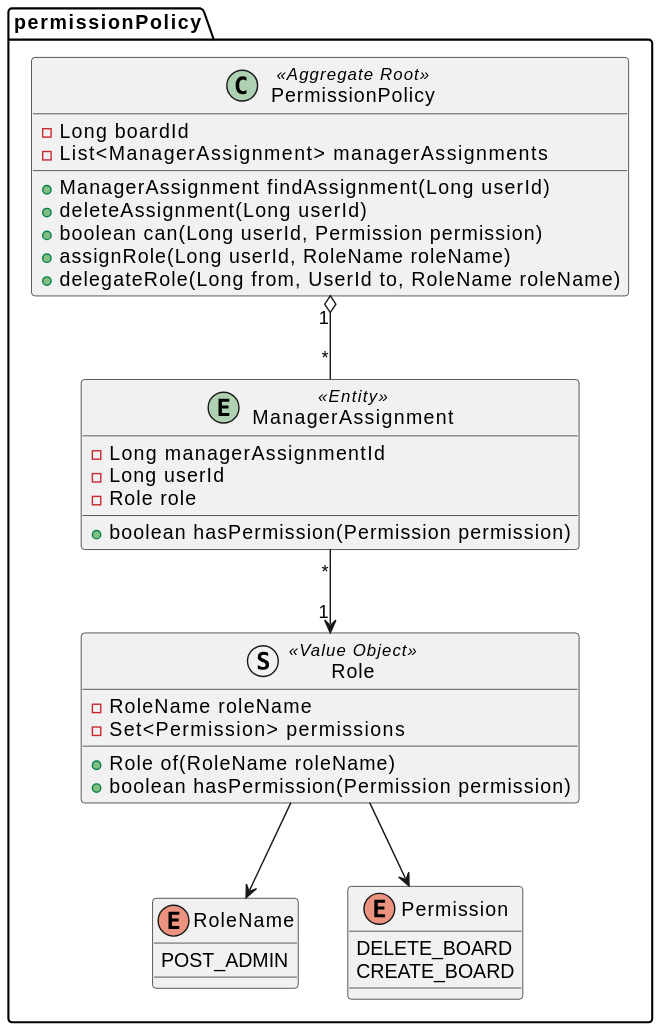
Earlier version of the PlantUML export document/puml/domain/permissioncontext/permissionPolicyAggregate.svg (SimpleBoardTeam/server-hyunchang).
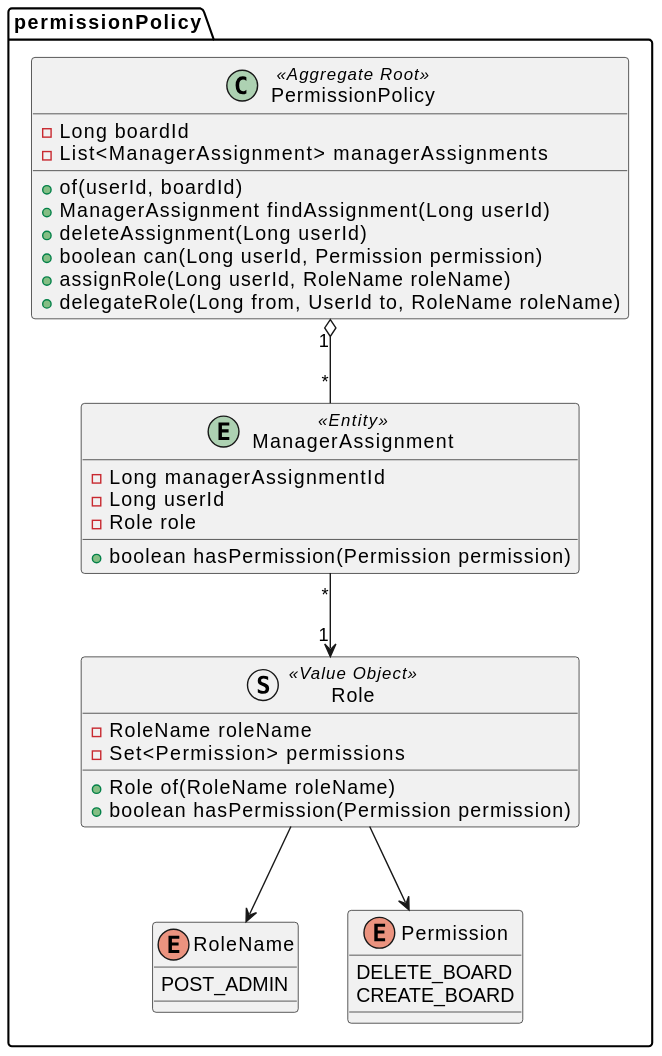
After the change.

Diff of the diagram source:
```diff
@@ -3,6 +3,7 @@
   class PermissionPolicy <<Aggregate Root>>{
     - Long boardId
     - List<ManagerAssignment> managerAssignments
+    + of(userId, boardId)
     + ManagerAssignment findAssignment(Long userId)
     + deleteAssignment(Long userId)
     + boolean can(Long userId, Permission permission)
```
